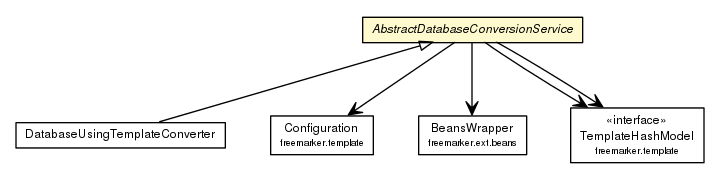
willmorejg/net.ljcomputing.database keeps this Graphviz diagram as docs/javadoc/apidocs/net/ljcomputing/database/servcie/impl/AbstractDatabaseConversionService.png. Above is the earlier version. Its source is kept beside it as docs/javadoc/apidocs/net/ljcomputing/database/servcie/impl/AbstractDatabaseConversionService.dot.
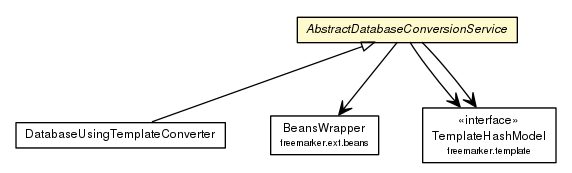
The same file after the commit.

The edit, as a diff of the source:
```diff
@@ -4,38 +4,31 @@
 	node [fontname="Helvetica",fontsize=10,shape=plaintext];
 	nodesep=0.25;
 	ranksep=0.5;
-	c79 [label=<<table title="net.ljcomputing.database.servcie.impl.DatabaseUsingTemplateConverter" border="0" cellborder="1" cellspacing="0" cellpadding="2" port="p" href="./DatabaseUsingTemplateConverter.html">
+	c287 [label=<<table title="net.ljcomputing.database.servcie.impl.DatabaseUsingTemplateConverter" border="0" cellborder="1" cellspacing="0" cellpadding="2" port="p" href="./DatabaseUsingTemplateConverter.html">
 		<tr><td><table border="0" cellspacing="0" cellpadding="1">
 <tr><td align="center" balign="center"> DatabaseUsingTemplateConverter </td></tr>
 		</table></td></tr>
 		</table>>, URL="./DatabaseUsingTemplateConverter.html", fontname="Helvetica", fontcolor="black", fontsize=9.0];
-	c80 [label=<<table title="net.ljcomputing.database.servcie.impl.AbstractDatabaseConversionService" border="0" cellborder="1" cellspacing="0" cellpadding="2" port="p" bgcolor="lemonChiffon" href="./AbstractDatabaseConversionService.html">
+	c288 [label=<<table title="net.ljcomputing.database.servcie.impl.AbstractDatabaseConversionService" border="0" cellborder="1" cellspacing="0" cellpadding="2" port="p" bgcolor="lemonChiffon" href="./AbstractDatabaseConversionService.html">
 		<tr><td><table border="0" cellspacing="0" cellpadding="1">
 <tr><td align="center" balign="center"><font face="Helvetica-Oblique"> AbstractDatabaseConversionService </font></td></tr>
 		</table></td></tr>
 		</table>>, URL="./AbstractDatabaseConversionService.html", fontname="Helvetica", fontcolor="black", fontsize=9.0];
-	c80:p -> c79:p [dir=back,arrowtail=empty];
-	c80:p -> c111:p [taillabel="", label="", headlabel="", fontname="Helvetica", fontcolor="black", fontsize=10.0, color="black", arrowhead=open];
-	c80:p -> c129:p [taillabel="", label="", headlabel="", fontname="Helvetica", fontcolor="black", fontsize=10.0, color="black", arrowhead=open];
-	c80:p -> c130:p [taillabel="", label="", headlabel="", fontname="Helvetica", fontcolor="black", fontsize=10.0, color="black", arrowhead=open];
-	c80:p -> c130:p [taillabel="", label="", headlabel="", fontname="Helvetica", fontcolor="black", fontsize=10.0, color="black", arrowhead=open];
-	c129 [label=<<table title="freemarker.ext.beans.BeansWrapper" border="0" cellborder="1" cellspacing="0" cellpadding="2" port="p">
+	c288:p -> c287:p [dir=back,arrowtail=empty];
+	c288:p -> c370:p [taillabel="", label="", headlabel="", fontname="Helvetica", fontcolor="black", fontsize=10.0, color="black", arrowhead=open];
+	c288:p -> c371:p [taillabel="", label="", headlabel="", fontname="Helvetica", fontcolor="black", fontsize=10.0, color="black", arrowhead=open];
+	c288:p -> c371:p [taillabel="", label="", headlabel="", fontname="Helvetica", fontcolor="black", fontsize=10.0, color="black", arrowhead=open];
+	c370 [label=<<table title="freemarker.ext.beans.BeansWrapper" border="0" cellborder="1" cellspacing="0" cellpadding="2" port="p">
 		<tr><td><table border="0" cellspacing="0" cellpadding="1">
 <tr><td align="center" balign="center"> BeansWrapper </td></tr>
 <tr><td align="center" balign="center"><font point-size="7.0"> freemarker.ext.beans </font></td></tr>
 		</table></td></tr>
 		</table>>, URL="null", fontname="Helvetica", fontcolor="black", fontsize=9.0];
-	c130 [label=<<table title="freemarker.template.TemplateHashModel" border="0" cellborder="1" cellspacing="0" cellpadding="2" port="p">
+	c371 [label=<<table title="freemarker.template.TemplateHashModel" border="0" cellborder="1" cellspacing="0" cellpadding="2" port="p">
 		<tr><td><table border="0" cellspacing="0" cellpadding="1">
 <tr><td align="center" balign="center"> &#171;interface&#187; </td></tr>
 <tr><td align="center" balign="center"> TemplateHashModel </td></tr>
 <tr><td align="center" balign="center"><font point-size="7.0"> freemarker.template </font></td></tr>
 		</table></td></tr>
 		</table>>, URL="null", fontname="Helvetica", fontcolor="black", fontsize=9.0];
-	c111 [label=<<table title="freemarker.template.Configuration" border="0" cellborder="1" cellspacing="0" cellpadding="2" port="p">
-		<tr><td><table border="0" cellspacing="0" cellpadding="1">
-<tr><td align="center" balign="center"> Configuration </td></tr>
-<tr><td align="center" balign="center"><font point-size="7.0"> freemarker.template </font></td></tr>
-		</table></td></tr>
-		</table>>, URL="null", fontname="Helvetica", fontcolor="black", fontsize=9.0];
 }
```
